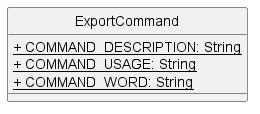
The PlantUML diagram docs/images/ExportCommandClass.png in nus-cs2113-AY2223S1/tp, before a commit.
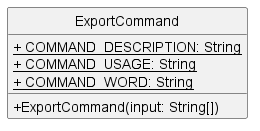
Later version of the same file.

What changed in the source:
```diff
@@ -6,6 +6,8 @@
     <u>+ COMMAND_DESCRIPTION: String
     <u>+ COMMAND_USAGE: String
     <u>+ COMMAND_WORD: String
+
+    + ExportCommand(input: String[])
 }
 
 @enduml
```
